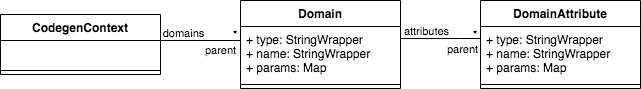
Earlier version of the draw.io export domain.png (rdabotelho/codegen2). Source tidied: cells renumbered, new cells last; positions are measured from the earlier drawing's top-left corner, leaving out a move shared by most shapes.
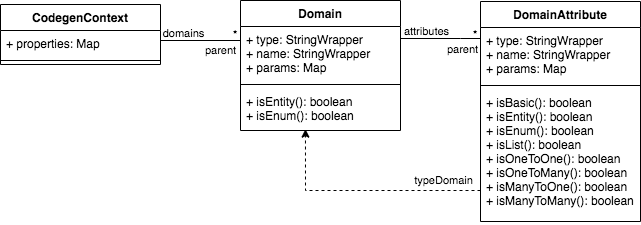
The same file after the commit.

Diff of the diagram source:
```diff
@@ -14,9 +14,9 @@
       </mxGeometry>
     </mxCell>
     <mxCell id="4" value="CodegenContext" style="swimlane;fontStyle=1;align=center;verticalAlign=top;horizontal=1;startSize=26;" parent="1" vertex="1">
-      <mxGeometry y="14" width="160" height="60" as="geometry" />
+      <mxGeometry y="4" width="160" height="60" as="geometry" />
     </mxCell>
-    <mxCell id="5" value="&#10; " style="text;strokeColor=none;fillColor=none;align=left;verticalAlign=top;spacingLeft=4;spacingRight=4;overflow=hidden;" parent="4" vertex="1">
+    <mxCell id="5" value="+ properties: Map" style="text;strokeColor=none;fillColor=none;align=left;verticalAlign=top;spacingLeft=4;spacingRight=4;overflow=hidden;" parent="4" vertex="1">
       <mxGeometry y="26" width="160" height="26" as="geometry" />
     </mxCell>
     <mxCell id="6" style="line;strokeWidth=1;fillColor=none;align=left;verticalAlign=middle;spacingTop=-1;spacingLeft=3;spacingRight=3;labelPosition=right;" parent="4" vertex="1">
@@ -42,29 +42,47 @@
         <mxPoint x="11" y="10" as="offset" />
       </mxGeometry>
     </mxCell>
-    <mxCell id="10" value="Domain" style="swimlane;fontStyle=1;align=center;verticalAlign=top;horizontal=1;startSize=26;" parent="1" vertex="1">
-      <mxGeometry x="240" width="160" height="88" as="geometry" />
-    </mxCell>
-    <mxCell id="11" value="+ type: StringWrapper&#10;+ name: StringWrapper&#10;+ params: Map" style="text;strokeColor=none;fillColor=none;align=left;verticalAlign=top;spacingLeft=4;spacingRight=4;overflow=hidden;" parent="10" vertex="1">
-      <mxGeometry y="26" width="160" height="54" as="geometry" />
-    </mxCell>
-    <mxCell id="12" style="line;strokeWidth=1;fillColor=none;align=left;verticalAlign=middle;spacingTop=-1;spacingLeft=3;spacingRight=3;labelPosition=right;" parent="10" vertex="1">
-      <mxGeometry y="80" width="160" height="8" as="geometry" />
-    </mxCell>
-    <mxCell id="13" value="DomainAttribute" style="swimlane;fontStyle=1;align=center;verticalAlign=top;horizontal=1;startSize=26;" parent="1" vertex="1">
-      <mxGeometry x="480" width="160" height="88" as="geometry" />
-    </mxCell>
-    <mxCell id="14" value="+ type: StringWrapper&#10;+ name: StringWrapper&#10;+ params: Map" style="text;strokeColor=none;fillColor=none;align=left;verticalAlign=top;spacingLeft=4;spacingRight=4;overflow=hidden;" parent="13" vertex="1">
-      <mxGeometry y="26" width="160" height="54" as="geometry" />
-    </mxCell>
-    <mxCell id="15" style="line;strokeWidth=1;fillColor=none;align=left;verticalAlign=middle;spacingTop=-1;spacingLeft=3;spacingRight=3;labelPosition=right;" parent="13" vertex="1">
-      <mxGeometry y="80" width="160" height="8" as="geometry" />
-    </mxCell>
     <mxCell id="16" value="*" style="text;html=1;strokeColor=none;fillColor=none;align=center;verticalAlign=middle;whiteSpace=wrap;rounded=0;" parent="1" vertex="1">
       <mxGeometry x="230" y="30" width="10" height="10" as="geometry" />
     </mxCell>
     <mxCell id="17" value="*" style="text;html=1;strokeColor=none;fillColor=none;align=center;verticalAlign=middle;whiteSpace=wrap;rounded=0;" parent="1" vertex="1">
       <mxGeometry x="470" y="30" width="10" height="10" as="geometry" />
     </mxCell>
+    <mxCell id="10" value="Domain" style="swimlane;fontStyle=1;align=center;verticalAlign=top;horizontal=1;startSize=26;" parent="1" vertex="1">
+      <mxGeometry x="240" width="160" height="130" as="geometry" />
+    </mxCell>
+    <mxCell id="18" value="+ type: StringWrapper&#10;+ name: StringWrapper&#10;+ params: Map" style="text;strokeColor=none;fillColor=none;align=left;verticalAlign=top;spacingLeft=4;spacingRight=4;overflow=hidden;" parent="10" vertex="1">
+      <mxGeometry y="26" width="160" height="54" as="geometry" />
+    </mxCell>
+    <mxCell id="19" style="line;strokeWidth=1;fillColor=none;align=left;verticalAlign=middle;spacingTop=-1;spacingLeft=3;spacingRight=3;labelPosition=right;" parent="10" vertex="1">
+      <mxGeometry y="80" width="160" height="8" as="geometry" />
+    </mxCell>
+    <mxCell id="20" value="+ isEntity(): boolean&#10;+ isEnum(): boolean" style="text;strokeColor=none;fillColor=none;align=left;verticalAlign=top;spacingLeft=4;spacingRight=4;overflow=hidden;points=[[0,0.5],[1,0.5]];portConstraint=eastwest;" parent="10" vertex="1">
+      <mxGeometry y="88" width="160" height="42" as="geometry" />
+    </mxCell>
+    <mxCell id="13" value="DomainAttribute" style="swimlane;fontStyle=1;align=center;verticalAlign=top;horizontal=1;startSize=26;" parent="1" vertex="1">
+      <mxGeometry x="480" y="1" width="160" height="220" as="geometry" />
+    </mxCell>
+    <mxCell id="21" value="+ type: StringWrapper&#10;+ name: StringWrapper&#10;+ params: Map" style="text;strokeColor=none;fillColor=none;align=left;verticalAlign=top;spacingLeft=4;spacingRight=4;overflow=hidden;" parent="13" vertex="1">
+      <mxGeometry y="26" width="160" height="54" as="geometry" />
+    </mxCell>
+    <mxCell id="22" style="line;strokeWidth=1;fillColor=none;align=left;verticalAlign=middle;spacingTop=-1;spacingLeft=3;spacingRight=3;labelPosition=right;" parent="13" vertex="1">
+      <mxGeometry y="80" width="160" height="8" as="geometry" />
+    </mxCell>
+    <mxCell id="23" value="+ isBasic(): boolean&#10;+ isEntity(): boolean&#10;+ isEnum(): boolean&#10;+ isList(): boolean&#10;+ isOneToOne(): boolean&#10;+ isOneToMany(): boolean&#10;+ isManyToOne(): boolean&#10;+ isManyToMany(): boolean" style="text;strokeColor=none;fillColor=none;align=left;verticalAlign=top;spacingLeft=4;spacingRight=4;overflow=hidden;points=[[0,0.5],[1,0.5]];portConstraint=eastwest;" parent="13" vertex="1">
+      <mxGeometry y="88" width="160" height="132" as="geometry" />
+    </mxCell>
+    <mxCell id="24" style="edgeStyle=orthogonalEdgeStyle;rounded=0;jettySize=auto;html=1;entryX=0.406;entryY=0.968;entryDx=0;entryDy=0;entryPerimeter=0;dashed=1;" parent="1" edge="1" source="23" target="20">
+      <mxGeometry relative="1" as="geometry">
+        <Array as="points">
+          <mxPoint x="305" y="190" />
+        </Array>
+      </mxGeometry>
+    </mxCell>
+    <mxCell id="25" value="typeDomain" style="edgeLabel;html=1;align=center;verticalAlign=middle;" parent="24" vertex="1">
+      <mxGeometry x="-0.64" y="-1" relative="1" as="geometry">
+        <mxPoint x="4" y="-10" as="offset" />
+      </mxGeometry>
+    </mxCell>
   </root>
 </mxGraphModel>
```
